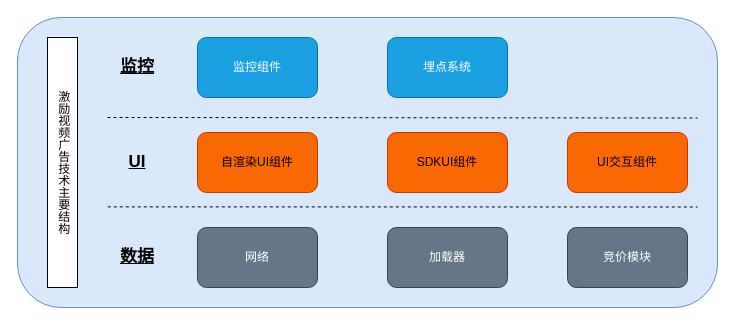
Above: moji/激励视频获得会员技术结构图.drawio in HengqianSong/drawIO (draw.io), before the change. Source tidied: cells renumbered, new cells numbered last; positions are measured from the earlier drawing's top-left corner, leaving out a move shared by most shapes. Both pictures are drawn from the tidied source at 100%, with x=0, y=0 at pixel (17, 17).
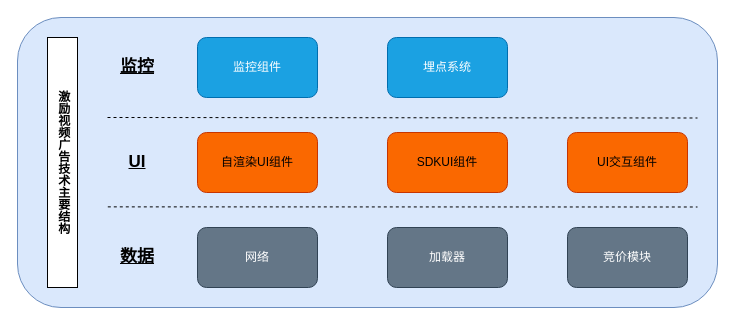
After the change.

Commit message (it also covers changes not shown here):
更新激励视频获得会员技术结构图.drawio

What changed in the source:
```diff
@@
 <mxGraphModel>
   <root>
     <mxCell id="0" />
     <mxCell id="1" parent="0" />
     <mxCell id="2" style="rounded=1;whiteSpace=wrap;html=1;fillColor=#dae8fc;strokeColor=#6c8ebf;" parent="1" vertex="1">
       <mxGeometry width="700" height="290" as="geometry" />
     </mxCell>
     <mxCell id="3" value="网络" style="rounded=1;whiteSpace=wrap;html=1;fillColor=#647687;strokeColor=#314354;fontColor=#ffffff;" parent="1" vertex="1">
       <mxGeometry x="180" y="210" width="120" height="60" as="geometry" />
     </mxCell>
     <mxCell id="4" value="加载器" style="rounded=1;whiteSpace=wrap;html=1;fillColor=#647687;fontColor=#ffffff;strokeColor=#314354;" parent="1" vertex="1">
       <mxGeometry x="370" y="210" width="120" height="60" as="geometry" />
     </mxCell>
     <mxCell id="5" value="竞价模块" style="rounded=1;whiteSpace=wrap;html=1;fillColor=#647687;fontColor=#ffffff;strokeColor=#314354;" parent="1" vertex="1">
       <mxGeometry x="550" y="210" width="120" height="60" as="geometry" />
     </mxCell>
     <mxCell id="6" value="自渲染UI组件" style="rounded=1;whiteSpace=wrap;html=1;fillColor=#fa6800;fontColor=#000000;strokeColor=#C73500;" parent="1" vertex="1">
       <mxGeometry x="180" y="115" width="120" height="60" as="geometry" />
     </mxCell>
     <mxCell id="7" value="SDKUI组件" style="rounded=1;whiteSpace=wrap;html=1;fillColor=#fa6800;fontColor=#000000;strokeColor=#C73500;" parent="1" vertex="1">
       <mxGeometry x="370" y="115" width="120" height="60" as="geometry" />
     </mxCell>
     <mxCell id="8" value="UI交互组件" style="rounded=1;whiteSpace=wrap;html=1;fillColor=#fa6800;strokeColor=#C73500;fontColor=#000000;" parent="1" vertex="1">
       <mxGeometry x="550" y="115" width="120" height="60" as="geometry" />
     </mxCell>
     <mxCell id="9" value="监控组件" style="rounded=1;whiteSpace=wrap;html=1;fillColor=#1ba1e2;fontColor=#ffffff;strokeColor=#006EAF;" parent="1" vertex="1">
       <mxGeometry x="180" y="20" width="120" height="60" as="geometry" />
     </mxCell>
     <mxCell id="10" value="埋点系统" style="rounded=1;whiteSpace=wrap;html=1;fillColor=#1ba1e2;fontColor=#ffffff;strokeColor=#006EAF;" parent="1" vertex="1">
       <mxGeometry x="370" y="20" width="120" height="60" as="geometry" />
     </mxCell>
-    <mxCell id="11" value="激励视频广告技术主要结构" style="rounded=0;whiteSpace=wrap;html=1;textDirection=vertical-lr;" parent="1" vertex="1">
+    <mxCell id="11" value="激励视频广告技术主要结构" style="rounded=0;whiteSpace=wrap;html=1;textDirection=vertical-lr;fontStyle=1;" parent="1" vertex="1">
       <mxGeometry x="30" y="20" width="30" height="250" as="geometry" />
     </mxCell>
     <mxCell id="12" value="数据" style="text;html=1;align=center;verticalAlign=middle;whiteSpace=wrap;rounded=0;fontSize=17;fontStyle=5;" parent="1" vertex="1">
       <mxGeometry x="90" y="225" width="60" height="30" as="geometry" />
     </mxCell>
     <mxCell id="13" value="UI" style="text;html=1;align=center;verticalAlign=middle;whiteSpace=wrap;rounded=0;fontSize=17;fontStyle=5;" parent="1" vertex="1">
       <mxGeometry x="90" y="130" width="60" height="30" as="geometry" />
     </mxCell>
     <mxCell id="14" value="监控" style="text;html=1;align=center;verticalAlign=middle;whiteSpace=wrap;rounded=0;fontSize=17;fontStyle=5;" parent="1" vertex="1">
       <mxGeometry x="90" y="35" width="60" height="30" as="geometry" />
     </mxCell>
     <mxCell id="15" style="endArrow=none;dashed=1;html=1;rounded=0;exitX=0.129;exitY=0.653;exitDx=0;exitDy=0;exitPerimeter=0;" parent="1" edge="1" source="2">
       <mxGeometry relative="1" as="geometry">
         <mxPoint x="680" y="189.5" as="targetPoint" />
       </mxGeometry>
     </mxCell>
     <mxCell id="16" style="endArrow=none;dashed=1;html=1;rounded=0;exitX=0.129;exitY=0.653;exitDx=0;exitDy=0;exitPerimeter=0;" parent="1" edge="1">
       <mxGeometry relative="1" as="geometry">
         <mxPoint x="90" y="100" as="sourcePoint" />
         <mxPoint x="680" y="100.5" as="targetPoint" />
       </mxGeometry>
     </mxCell>
   </root>
 </mxGraphModel>
```
